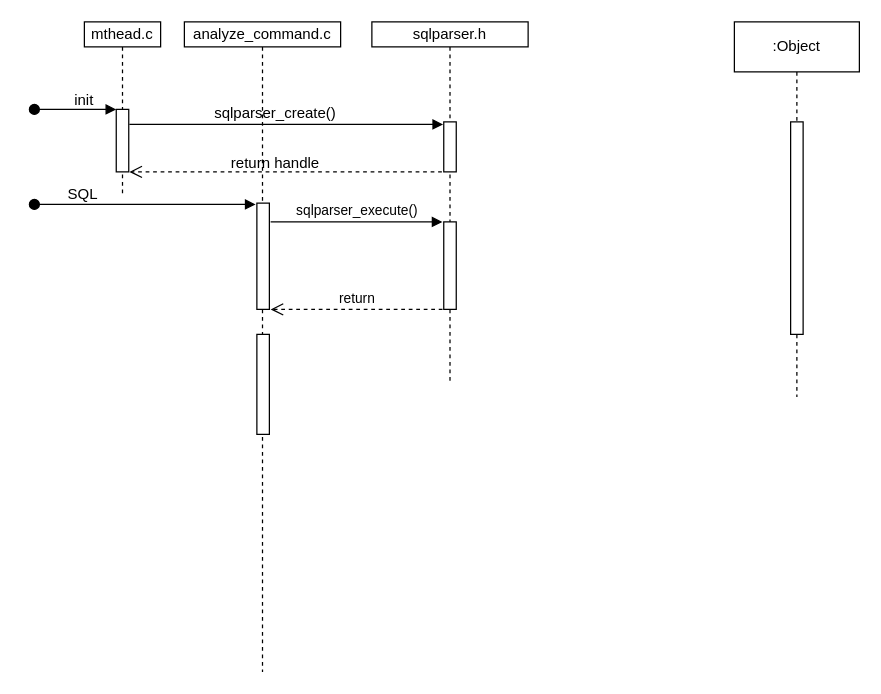
leonce28/drawio keeps this draw.io diagram as sqlparser/SQLParser时序图.drawio. Above is the earlier version. Source tidied: cells renumbered, new cells numbered last; positions are measured from the earlier drawing's top-left corner, leaving out a move shared by most shapes. Both pictures are drawn from the tidied source at 125%, with x=0, y=0 at pixel (34, 21).
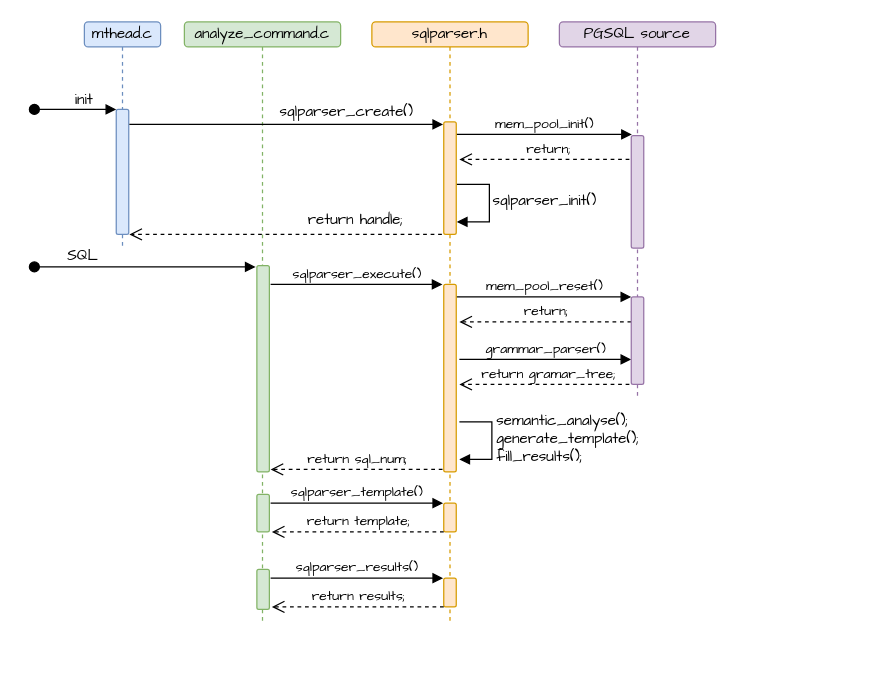
After the change.

Commit message (it also covers changes not shown here):
更新SQLParser时序图.drawio

The edit, as a diff of the source:
```diff
@@
+    <mxCell id="5" value="analyze_command.c" style="shape=umlLifeline;perimeter=lifelinePerimeter;whiteSpace=wrap;html=1;newEdgeStyle={&quot;edgeStyle&quot;:&quot;elbowEdgeStyle&quot;,&quot;elbow&quot;:&quot;vertical&quot;,&quot;curved&quot;:0,&quot;rounded&quot;:0};size=20;participant=label;fontFamily=Comic Sans MS;rounded=1;fillColor=#d5e8d4;strokeColor=#82b366;" parent="1" vertex="1">
+      <mxGeometry x="120" width="125" height="480" as="geometry" />
+    </mxCell>
+    <mxCell id="6" style="html=1;perimeter=orthogonalPerimeter;targetShapes=umlLifeline;newEdgeStyle={&quot;edgeStyle&quot;:&quot;elbowEdgeStyle&quot;,&quot;elbow&quot;:&quot;vertical&quot;,&quot;curved&quot;:0,&quot;rounded&quot;:0};fontFamily=Comic Sans MS;rounded=1;fillColor=#d5e8d4;strokeColor=#82b366;" parent="5" vertex="1">
+      <mxGeometry x="58" y="195" width="10" height="165" as="geometry" />
+    </mxCell>
+    <mxCell id="7" style="html=1;perimeter=orthogonalPerimeter;targetShapes=umlLifeline;newEdgeStyle={&quot;edgeStyle&quot;:&quot;elbowEdgeStyle&quot;,&quot;elbow&quot;:&quot;vertical&quot;,&quot;curved&quot;:0,&quot;rounded&quot;:0};fontFamily=Comic Sans MS;rounded=1;fillColor=#d5e8d4;strokeColor=#82b366;" parent="5" vertex="1">
+      <mxGeometry x="58" y="378" width="10" height="30" as="geometry" />
+    </mxCell>
-    <mxCell id="2" value="sqlparser.h" style="shape=umlLifeline;perimeter=lifelinePerimeter;whiteSpace=wrap;html=1;newEdgeStyle={&quot;edgeStyle&quot;:&quot;elbowEdgeStyle&quot;,&quot;elbow&quot;:&quot;vertical&quot;,&quot;curved&quot;:0,&quot;rounded&quot;:0};size=20;" parent="1" vertex="1">
-      <mxGeometry x="270" width="125" height="290" as="geometry" />
+    <mxCell id="2" value="sqlparser.h" style="shape=umlLifeline;perimeter=lifelinePerimeter;whiteSpace=wrap;html=1;newEdgeStyle={&quot;edgeStyle&quot;:&quot;elbowEdgeStyle&quot;,&quot;elbow&quot;:&quot;vertical&quot;,&quot;curved&quot;:0,&quot;rounded&quot;:0};size=20;fontFamily=Comic Sans MS;rounded=1;fillColor=#ffe6cc;strokeColor=#d79b00;" parent="1" vertex="1">
+      <mxGeometry x="270" width="125" height="480" as="geometry" />
     </mxCell>
-    <mxCell id="3" style="html=1;perimeter=orthogonalPerimeter;targetShapes=umlLifeline;newEdgeStyle={&quot;edgeStyle&quot;:&quot;elbowEdgeStyle&quot;,&quot;elbow&quot;:&quot;vertical&quot;,&quot;curved&quot;:0,&quot;rounded&quot;:0};" parent="2" vertex="1">
-      <mxGeometry x="57.5" y="80" width="10" height="40" as="geometry" />
+    <mxCell id="3" style="html=1;perimeter=orthogonalPerimeter;targetShapes=umlLifeline;newEdgeStyle={&quot;edgeStyle&quot;:&quot;elbowEdgeStyle&quot;,&quot;elbow&quot;:&quot;vertical&quot;,&quot;curved&quot;:0,&quot;rounded&quot;:0};fontFamily=Comic Sans MS;rounded=1;fillColor=#ffe6cc;strokeColor=#d79b00;" parent="2" vertex="1">
+      <mxGeometry x="57.5" y="80" width="10" height="90" as="geometry" />
     </mxCell>
-    <mxCell id="4" style="html=1;perimeter=orthogonalPerimeter;targetShapes=umlLifeline;newEdgeStyle={&quot;edgeStyle&quot;:&quot;elbowEdgeStyle&quot;,&quot;elbow&quot;:&quot;vertical&quot;,&quot;curved&quot;:0,&quot;rounded&quot;:0};" parent="2" vertex="1">
-      <mxGeometry x="57.5" y="160" width="10" height="70" as="geometry" />
+    <mxCell id="4" style="html=1;perimeter=orthogonalPerimeter;targetShapes=umlLifeline;newEdgeStyle={&quot;edgeStyle&quot;:&quot;elbowEdgeStyle&quot;,&quot;elbow&quot;:&quot;vertical&quot;,&quot;curved&quot;:0,&quot;rounded&quot;:0};fontFamily=Comic Sans MS;rounded=1;fillColor=#ffe6cc;strokeColor=#d79b00;" parent="2" vertex="1">
+      <mxGeometry x="57.5" y="210" width="10" height="150" as="geometry" />
     </mxCell>
-    <mxCell id="5" value="analyze_command.c" style="shape=umlLifeline;perimeter=lifelinePerimeter;whiteSpace=wrap;html=1;newEdgeStyle={&quot;edgeStyle&quot;:&quot;elbowEdgeStyle&quot;,&quot;elbow&quot;:&quot;vertical&quot;,&quot;curved&quot;:0,&quot;rounded&quot;:0};size=20;participant=label;" parent="1" vertex="1">
-      <mxGeometry x="120" width="125" height="520" as="geometry" />
-    </mxCell>
-    <mxCell id="6" style="html=1;perimeter=orthogonalPerimeter;targetShapes=umlLifeline;newEdgeStyle={&quot;edgeStyle&quot;:&quot;elbowEdgeStyle&quot;,&quot;elbow&quot;:&quot;vertical&quot;,&quot;curved&quot;:0,&quot;rounded&quot;:0};" parent="5" vertex="1">
-      <mxGeometry x="58" y="145" width="10" height="85" as="geometry" />
-    </mxCell>
-    <mxCell id="7" style="html=1;perimeter=orthogonalPerimeter;targetShapes=umlLifeline;newEdgeStyle={&quot;edgeStyle&quot;:&quot;elbowEdgeStyle&quot;,&quot;elbow&quot;:&quot;vertical&quot;,&quot;curved&quot;:0,&quot;rounded&quot;:0};" parent="5" vertex="1">
-      <mxGeometry x="58" y="250" width="10" height="80" as="geometry" />
-    </mxCell>
+    <mxCell id="22" style="html=1;points=[];perimeter=orthogonalPerimeter;outlineConnect=0;targetShapes=umlLifeline;portConstraint=eastwest;newEdgeStyle={&quot;edgeStyle&quot;:&quot;elbowEdgeStyle&quot;,&quot;elbow&quot;:&quot;vertical&quot;,&quot;curved&quot;:0,&quot;rounded&quot;:0};fontFamily=Comic Sans MS;rounded=1;fillColor=#ffe6cc;strokeColor=#d79b00;" parent="2" vertex="1">
+      <mxGeometry x="57.5" y="385" width="10" height="23" as="geometry" />
+    </mxCell>
+    <mxCell id="23" style="html=1;points=[];perimeter=orthogonalPerimeter;outlineConnect=0;targetShapes=umlLifeline;portConstraint=eastwest;newEdgeStyle={&quot;edgeStyle&quot;:&quot;elbowEdgeStyle&quot;,&quot;elbow&quot;:&quot;vertical&quot;,&quot;curved&quot;:0,&quot;rounded&quot;:0};fontFamily=Comic Sans MS;rounded=1;fillColor=#ffe6cc;strokeColor=#d79b00;" parent="2" vertex="1">
+      <mxGeometry x="57.5" y="445" width="10" height="23" as="geometry" />
+    </mxCell>
+    <mxCell id="24" style="html=1;perimeter=orthogonalPerimeter;targetShapes=umlLifeline;newEdgeStyle={&quot;edgeStyle&quot;:&quot;elbowEdgeStyle&quot;,&quot;elbow&quot;:&quot;vertical&quot;,&quot;curved&quot;:0,&quot;rounded&quot;:0};fontFamily=Comic Sans MS;rounded=1;fillColor=#d5e8d4;strokeColor=#82b366;" parent="2" vertex="1">
+      <mxGeometry x="-92" y="438" width="10" height="32" as="geometry" />
+    </mxCell>
+    <mxCell id="25" value="sqlparser_results()" style="html=1;verticalAlign=bottom;endArrow=block;edgeStyle=elbowEdgeStyle;elbow=vertical;curved=0;rounded=0;fontFamily=Comic Sans MS;" parent="2" edge="1">
+      <mxGeometry relative="1" as="geometry">
+        <mxPoint x="-81" y="445" as="sourcePoint" />
+        <mxPoint x="57" y="445" as="targetPoint" />
+      </mxGeometry>
+    </mxCell>
+    <mxCell id="26" value="return results;" style="html=1;verticalAlign=bottom;endArrow=open;dashed=1;endSize=8;edgeStyle=elbowEdgeStyle;elbow=vertical;curved=0;rounded=0;fontFamily=Comic Sans MS;" parent="2" edge="1" source="23">
+      <mxGeometry relative="1" as="geometry">
+        <mxPoint x="-80" y="468" as="targetPoint" />
+      </mxGeometry>
+    </mxCell>
-    <mxCell id="8" value="mthead.c" style="shape=umlLifeline;perimeter=lifelinePerimeter;whiteSpace=wrap;html=1;newEdgeStyle={&quot;edgeStyle&quot;:&quot;elbowEdgeStyle&quot;,&quot;elbow&quot;:&quot;vertical&quot;,&quot;curved&quot;:0,&quot;rounded&quot;:0};size=20;" parent="1" vertex="1">
-      <mxGeometry x="40" width="61" height="140" as="geometry" />
+    <mxCell id="8" value="mthead.c" style="shape=umlLifeline;perimeter=lifelinePerimeter;whiteSpace=wrap;html=1;newEdgeStyle={&quot;edgeStyle&quot;:&quot;elbowEdgeStyle&quot;,&quot;elbow&quot;:&quot;vertical&quot;,&quot;curved&quot;:0,&quot;rounded&quot;:0};size=20;fontFamily=Comic Sans MS;rounded=1;fillColor=#dae8fc;strokeColor=#6c8ebf;fontColor=#000000;" parent="1" vertex="1">
+      <mxGeometry x="40" width="61" height="180" as="geometry" />
     </mxCell>
-    <mxCell id="9" style="html=1;points=[];perimeter=orthogonalPerimeter;outlineConnect=0;targetShapes=umlLifeline;portConstraint=eastwest;newEdgeStyle={&quot;edgeStyle&quot;:&quot;elbowEdgeStyle&quot;,&quot;elbow&quot;:&quot;vertical&quot;,&quot;curved&quot;:0,&quot;rounded&quot;:0};" parent="8" vertex="1">
-      <mxGeometry x="25.5" y="70" width="10" height="50" as="geometry" />
+    <mxCell id="9" style="html=1;points=[];perimeter=orthogonalPerimeter;outlineConnect=0;targetShapes=umlLifeline;portConstraint=eastwest;newEdgeStyle={&quot;edgeStyle&quot;:&quot;elbowEdgeStyle&quot;,&quot;elbow&quot;:&quot;vertical&quot;,&quot;curved&quot;:0,&quot;rounded&quot;:0};fontFamily=Comic Sans MS;rounded=1;fillColor=#dae8fc;strokeColor=#6c8ebf;" parent="8" vertex="1">
+      <mxGeometry x="25.5" y="70" width="10" height="100" as="geometry" />
     </mxCell>
-    <mxCell id="10" style="html=1;verticalAlign=bottom;startArrow=oval;endArrow=block;startSize=8;edgeStyle=elbowEdgeStyle;elbow=vertical;curved=0;rounded=0;" parent="8" edge="1" target="9">
+    <mxCell id="10" style="html=1;verticalAlign=bottom;startArrow=oval;endArrow=block;startSize=8;edgeStyle=elbowEdgeStyle;elbow=vertical;curved=0;rounded=0;fontFamily=Comic Sans MS;" parent="8" edge="1" target="9">
       <mxGeometry relative="1" as="geometry">
         <mxPoint x="-40" y="70" as="sourcePoint" />
       </mxGeometry>
     </mxCell>
-    <mxCell id="11" value=":Object" style="shape=umlLifeline;perimeter=lifelinePerimeter;whiteSpace=wrap;html=1;newEdgeStyle={&quot;edgeStyle&quot;:&quot;elbowEdgeStyle&quot;,&quot;elbow&quot;:&quot;vertical&quot;,&quot;curved&quot;:0,&quot;rounded&quot;:0};" parent="1" vertex="1">
-      <mxGeometry x="560" width="100" height="300" as="geometry" />
-    </mxCell>
-    <mxCell id="12" style="html=1;perimeter=orthogonalPerimeter;targetShapes=umlLifeline;newEdgeStyle={&quot;edgeStyle&quot;:&quot;elbowEdgeStyle&quot;,&quot;elbow&quot;:&quot;vertical&quot;,&quot;curved&quot;:0,&quot;rounded&quot;:0};" parent="11" vertex="1">
-      <mxGeometry x="45" y="80" width="10" height="170" as="geometry" />
-    </mxCell>
-    <mxCell id="13" style="html=1;verticalAlign=bottom;endArrow=block;edgeStyle=elbowEdgeStyle;elbow=vertical;curved=0;rounded=0;arcSize=20;" parent="1" edge="1">
+    <mxCell id="13" style="html=1;verticalAlign=bottom;endArrow=block;edgeStyle=elbowEdgeStyle;elbow=vertical;curved=0;rounded=0;arcSize=20;fontFamily=Comic Sans MS;" parent="1" edge="1">
       <mxGeometry relative="1" as="geometry">
         <mxPoint x="76" y="82" as="sourcePoint" />
         <mxPoint x="327" y="82" as="targetPoint" />
       </mxGeometry>
     </mxCell>
-    <mxCell id="14" style="html=1;verticalAlign=bottom;endArrow=open;dashed=1;endSize=8;edgeStyle=elbowEdgeStyle;elbow=vertical;curved=0;rounded=0;" parent="1" edge="1">
+    <mxCell id="14" style="html=1;verticalAlign=bottom;endArrow=open;dashed=1;endSize=8;edgeStyle=elbowEdgeStyle;elbow=vertical;curved=0;rounded=0;fontFamily=Comic Sans MS;" parent="1" edge="1">
       <mxGeometry relative="1" as="geometry">
-        <mxPoint x="326" y="120" as="sourcePoint" />
-        <mxPoint x="76" y="120" as="targetPoint" />
+        <mxPoint x="326" y="170" as="sourcePoint" />
+        <mxPoint x="76" y="170" as="targetPoint" />
       </mxGeometry>
     </mxCell>
-    <mxCell id="15" value="sqlparser_create()" style="text;strokeColor=none;align=center;fillColor=none;html=1;verticalAlign=middle;whiteSpace=wrap;rounded=0;" parent="1" vertex="1">
-      <mxGeometry x="142.5" y="68" width="100" height="10" as="geometry" />
+    <mxCell id="15" value="sqlparser_create()" style="text;strokeColor=none;align=center;fillColor=none;html=1;verticalAlign=middle;whiteSpace=wrap;rounded=0;fontFamily=Comic Sans MS;" parent="1" vertex="1">
+      <mxGeometry x="200" y="68" width="100" height="10" as="geometry" />
     </mxCell>
-    <mxCell id="16" value="return handle" style="text;strokeColor=none;align=center;fillColor=none;html=1;verticalAlign=middle;whiteSpace=wrap;rounded=0;" parent="1" vertex="1">
-      <mxGeometry x="152.5" y="108" width="80" height="10" as="geometry" />
+    <mxCell id="16" value="return handle;" style="text;strokeColor=none;align=center;fillColor=none;html=1;verticalAlign=middle;whiteSpace=wrap;rounded=0;fontFamily=Comic Sans MS;" parent="1" vertex="1">
+      <mxGeometry x="212.5" y="154" width="87.5" height="10" as="geometry" />
     </mxCell>
-    <mxCell id="17" style="html=1;verticalAlign=bottom;startArrow=oval;startFill=1;endArrow=block;startSize=8;edgeStyle=elbowEdgeStyle;elbow=vertical;curved=0;rounded=0;" parent="1" edge="1">
+    <mxCell id="17" style="html=1;verticalAlign=bottom;startArrow=oval;startFill=1;endArrow=block;startSize=8;edgeStyle=elbowEdgeStyle;elbow=vertical;curved=0;rounded=0;fontFamily=Comic Sans MS;" parent="1" edge="1">
       <mxGeometry relative="1" as="geometry">
-        <mxPoint y="146" as="sourcePoint" />
-        <mxPoint x="177" y="146" as="targetPoint" />
+        <mxPoint y="196" as="sourcePoint" />
+        <mxPoint x="177" y="196" as="targetPoint" />
       </mxGeometry>
     </mxCell>
-    <mxCell id="18" value="sqlparser_execute()" style="html=1;verticalAlign=bottom;endArrow=block;edgeStyle=elbowEdgeStyle;elbow=vertical;curved=0;rounded=0;" parent="1" edge="1">
+    <mxCell id="18" value="sqlparser_execute()" style="html=1;verticalAlign=bottom;endArrow=block;edgeStyle=elbowEdgeStyle;elbow=vertical;curved=0;rounded=0;fontFamily=Comic Sans MS;" parent="1" edge="1">
       <mxGeometry relative="1" as="geometry">
-        <mxPoint x="189" y="160" as="sourcePoint" />
-        <mxPoint x="326.5" y="160" as="targetPoint" />
+        <mxPoint x="189" y="210" as="sourcePoint" />
+        <mxPoint x="326.5" y="210" as="targetPoint" />
       </mxGeometry>
     </mxCell>
-    <mxCell id="19" value="return" style="html=1;verticalAlign=bottom;endArrow=open;dashed=1;endSize=8;edgeStyle=elbowEdgeStyle;elbow=vertical;curved=0;rounded=0;" parent="1" edge="1">
+    <mxCell id="19" value="return sql_num;" style="html=1;verticalAlign=bottom;endArrow=open;dashed=1;endSize=8;edgeStyle=elbowEdgeStyle;elbow=horizontal;curved=0;rounded=0;fontFamily=Comic Sans MS;" parent="1" edge="1">
       <mxGeometry relative="1" as="geometry">
-        <mxPoint x="326.5" y="230" as="sourcePoint" />
-        <mxPoint x="189" y="230" as="targetPoint" />
+        <mxPoint x="326.5" y="358" as="sourcePoint" />
+        <mxPoint x="189" y="358" as="targetPoint" />
         <Array as="points">
-          <mxPoint x="258" y="230" />
+          <mxPoint x="258" y="358" />
         </Array>
       </mxGeometry>
     </mxCell>
-    <mxCell id="20" value="SQL" style="text;strokeColor=none;align=center;fillColor=none;html=1;verticalAlign=middle;whiteSpace=wrap;rounded=0;" parent="1" vertex="1">
-      <mxGeometry x="29" y="133" width="20" height="10" as="geometry" />
+    <mxCell id="20" value="SQL" style="text;strokeColor=none;align=center;fillColor=none;html=1;verticalAlign=middle;whiteSpace=wrap;rounded=0;fontFamily=Comic Sans MS;" parent="1" vertex="1">
+      <mxGeometry x="29" y="183" width="20" height="10" as="geometry" />
     </mxCell>
-    <mxCell id="21" value="init" style="text;strokeColor=none;align=center;fillColor=none;html=1;verticalAlign=middle;whiteSpace=wrap;rounded=0;" parent="1" vertex="1">
+    <mxCell id="21" value="init" style="text;strokeColor=none;align=center;fillColor=none;html=1;verticalAlign=middle;whiteSpace=wrap;rounded=0;fontFamily=Comic Sans MS;" parent="1" vertex="1">
       <mxGeometry x="35" y="62" width="10" as="geometry" />
     </mxCell>
+    <mxCell id="27" value="sqlparser_template()" style="html=1;verticalAlign=bottom;endArrow=block;edgeStyle=elbowEdgeStyle;elbow=vertical;curved=0;rounded=0;fontFamily=Comic Sans MS;" parent="1" edge="1">
+      <mxGeometry relative="1" as="geometry">
+        <mxPoint x="189" y="385" as="sourcePoint" />
+        <mxPoint x="327" y="385" as="targetPoint" />
+      </mxGeometry>
+    </mxCell>
+    <mxCell id="28" value="return template;" style="html=1;verticalAlign=bottom;endArrow=open;dashed=1;endSize=8;edgeStyle=elbowEdgeStyle;elbow=vertical;curved=0;rounded=0;fontFamily=Comic Sans MS;" parent="1" edge="1" source="22">
+      <mxGeometry relative="1" as="geometry">
+        <mxPoint x="190" y="408" as="targetPoint" />
+      </mxGeometry>
+    </mxCell>
+    <mxCell id="29" value="mem_pool_init()" style="html=1;verticalAlign=bottom;endArrow=block;edgeStyle=elbowEdgeStyle;elbow=vertical;curved=0;rounded=0;fontFamily=Comic Sans MS;" parent="1" edge="1">
+      <mxGeometry relative="1" as="geometry">
+        <mxPoint x="338" y="90" as="sourcePoint" />
+        <mxPoint x="478" y="90" as="targetPoint" />
+      </mxGeometry>
+    </mxCell>
+    <mxCell id="30" value="return;" style="html=1;verticalAlign=bottom;endArrow=open;dashed=1;endSize=8;edgeStyle=elbowEdgeStyle;elbow=vertical;curved=0;rounded=0;fontFamily=Comic Sans MS;" parent="1" edge="1" source="37">
+      <mxGeometry relative="1" as="geometry">
+        <mxPoint x="340" y="110" as="targetPoint" />
+      </mxGeometry>
+    </mxCell>
+    <mxCell id="31" style="endArrow=block;endFill=1;endSize=6;html=1;rounded=0;align=left;verticalAlign=top;exitX=0.9;exitY=0.25;exitDx=0;exitDy=0;exitPerimeter=0;strokeWidth=1;fontFamily=Comic Sans MS;" parent="1" edge="1">
+      <mxGeometry relative="1" as="geometry">
+        <mxPoint x="338" y="130" as="sourcePoint" />
+        <mxPoint x="338" y="160" as="targetPoint" />
+        <Array as="points">
+          <mxPoint x="364" y="130" />
+          <mxPoint x="364" y="150" />
+          <mxPoint x="364" y="160" />
+        </Array>
+      </mxGeometry>
+    </mxCell>
+    <mxCell id="32" value="sqlparser_init()" style="text;strokeColor=none;align=center;fillColor=none;html=1;verticalAlign=middle;whiteSpace=wrap;rounded=0;fontFamily=Comic Sans MS;" parent="1" vertex="1">
+      <mxGeometry x="368" y="134" width="81" height="20" as="geometry" />
+    </mxCell>
+    <mxCell id="33" value="mem_pool_reset()" style="html=1;verticalAlign=bottom;endArrow=block;edgeStyle=elbowEdgeStyle;elbow=vertical;curved=0;rounded=0;fontFamily=Comic Sans MS;" parent="1" edge="1" target="39">
+      <mxGeometry relative="1" as="geometry">
+        <mxPoint x="338" y="220" as="sourcePoint" />
+      </mxGeometry>
+    </mxCell>
+    <mxCell id="34" value="return;" style="html=1;verticalAlign=bottom;endArrow=open;dashed=1;endSize=8;edgeStyle=elbowEdgeStyle;elbow=vertical;curved=0;rounded=0;fontFamily=Comic Sans MS;" parent="1" edge="1" source="39">
+      <mxGeometry relative="1" as="geometry">
+        <mxPoint x="340" y="240" as="targetPoint" />
+      </mxGeometry>
+    </mxCell>
+    <mxCell id="35" value="grammar_parser()" style="html=1;verticalAlign=bottom;endArrow=block;edgeStyle=elbowEdgeStyle;elbow=vertical;curved=0;rounded=0;fontFamily=Comic Sans MS;" parent="1" edge="1" target="39">
+      <mxGeometry relative="1" as="geometry">
+        <mxPoint x="340" y="270" as="sourcePoint" />
+      </mxGeometry>
+    </mxCell>
+    <mxCell id="36" value="return gramar_tree;" style="html=1;verticalAlign=bottom;endArrow=open;dashed=1;endSize=8;edgeStyle=elbowEdgeStyle;elbow=vertical;curved=0;rounded=0;fontFamily=Comic Sans MS;" parent="1" edge="1" source="37">
+      <mxGeometry relative="1" as="geometry">
+        <mxPoint x="340" y="290" as="targetPoint" />
+      </mxGeometry>
+    </mxCell>
+    <mxCell id="37" value="PGSQL source" style="shape=umlLifeline;perimeter=lifelinePerimeter;whiteSpace=wrap;html=1;outlineConnect=0;portConstraint=eastwest;newEdgeStyle={&quot;edgeStyle&quot;:&quot;elbowEdgeStyle&quot;,&quot;elbow&quot;:&quot;vertical&quot;,&quot;curved&quot;:0,&quot;rounded&quot;:0};size=20;fontFamily=Comic Sans MS;rounded=1;fillColor=#e1d5e7;strokeColor=#9673a6;" parent="1" vertex="1">
+      <mxGeometry x="420" width="125" height="300" as="geometry" />
+    </mxCell>
+    <mxCell id="38" style="html=1;perimeter=orthogonalPerimeter;targetShapes=umlLifeline;newEdgeStyle={&quot;edgeStyle&quot;:&quot;elbowEdgeStyle&quot;,&quot;elbow&quot;:&quot;vertical&quot;,&quot;curved&quot;:0,&quot;rounded&quot;:0};fontFamily=Comic Sans MS;rounded=1;fillColor=#e1d5e7;strokeColor=#9673a6;" parent="37" vertex="1">
+      <mxGeometry x="57.5" y="91" width="10" height="90" as="geometry" />
+    </mxCell>
+    <mxCell id="39" style="html=1;points=[];perimeter=orthogonalPerimeter;outlineConnect=0;targetShapes=umlLifeline;portConstraint=eastwest;newEdgeStyle={&quot;edgeStyle&quot;:&quot;elbowEdgeStyle&quot;,&quot;elbow&quot;:&quot;vertical&quot;,&quot;curved&quot;:0,&quot;rounded&quot;:0};fontFamily=Comic Sans MS;rounded=1;fillColor=#e1d5e7;strokeColor=#9673a6;" parent="37" vertex="1">
+      <mxGeometry x="57.5" y="220" width="10" height="70" as="geometry" />
+    </mxCell>
+    <mxCell id="40" style="endArrow=block;endFill=1;endSize=6;html=1;rounded=0;align=left;verticalAlign=top;exitX=0.9;exitY=0.25;exitDx=0;exitDy=0;exitPerimeter=0;strokeWidth=1;fontFamily=Comic Sans MS;" parent="1" edge="1">
+      <mxGeometry relative="1" as="geometry">
+        <mxPoint x="340" y="320" as="sourcePoint" />
+        <mxPoint x="340" y="350" as="targetPoint" />
+        <Array as="points">
+          <mxPoint x="366" y="320" />
+          <mxPoint x="366" y="340" />
+          <mxPoint x="366" y="350" />
+        </Array>
+      </mxGeometry>
+    </mxCell>
+    <mxCell id="41" value="semantic_analyse();&lt;br&gt;generate_template();&lt;br&gt;fill_results();" style="text;strokeColor=none;align=left;fillColor=none;html=1;verticalAlign=middle;whiteSpace=wrap;rounded=0;fontFamily=Comic Sans MS;" parent="1" vertex="1">
+      <mxGeometry x="368" y="309" width="123" height="50" as="geometry" />
+    </mxCell>
```
